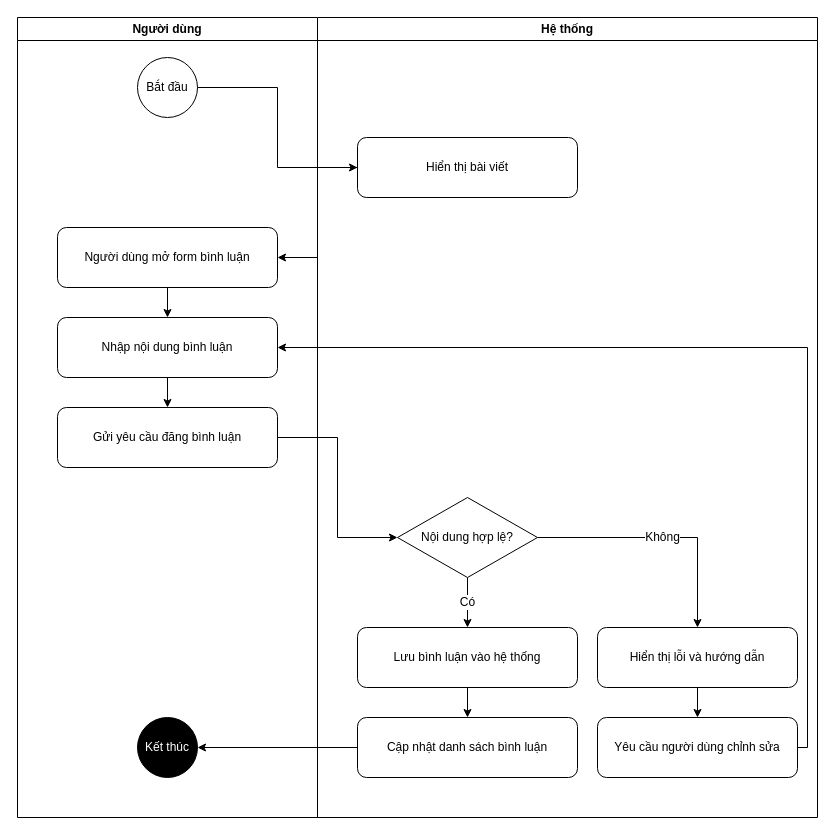
thienne1602/VieGo_Blog keeps this draw.io diagram as page "Hoạt động Bình luận Bài viết" (5 of 5) of draw/VieGo_Activity_Diagrams.drawio. Above is the earlier version. Source tidied: cells renumbered, new cells numbered last; positions are measured from the earlier drawing's top-left corner, leaving out a move shared by most shapes. Both pictures are drawn from the tidied source at 100%, with x=0, y=0 at pixel (17, 17).
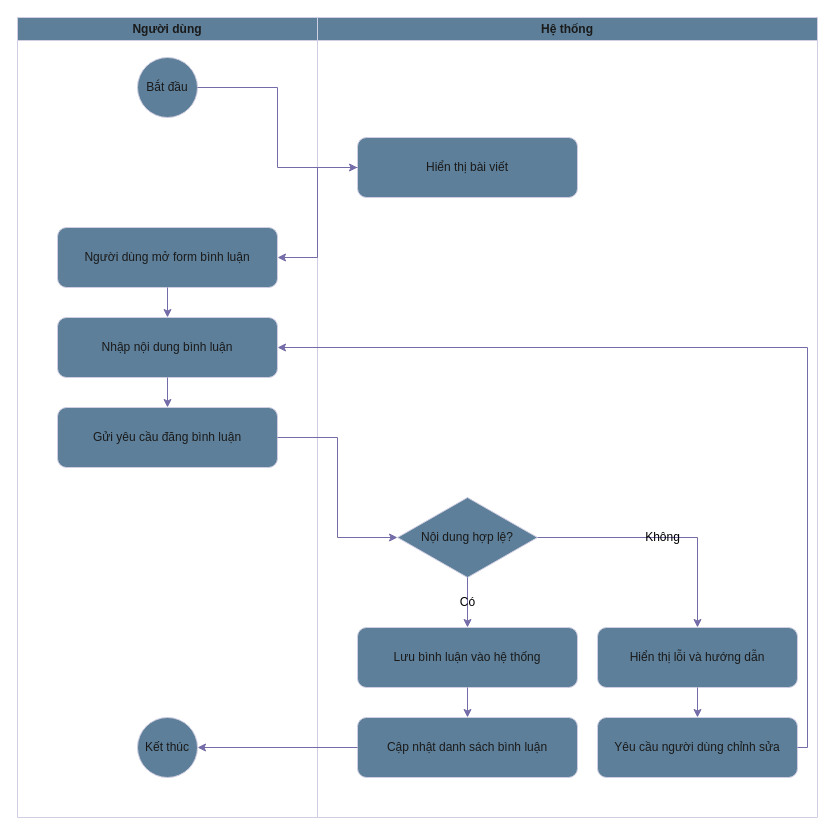
The same page after the edit.

Change to the diagram source:
```diff
@@
-<mxGraphModel>
+<mxGraphModel background="#ffffff">
@@
-    <mxCell id="2" value="Người dùng" style="swimlane;whiteSpace=wrap;html=1;" parent="1" vertex="1">
+    <mxCell id="2" value="Người dùng" style="swimlane;whiteSpace=wrap;html=1;labelBackgroundColor=none;fillColor=#5D7F99;strokeColor=#D0CEE2;fontColor=#1A1A1A;" parent="1" vertex="1">
       <mxGeometry width="300" height="800" as="geometry" />
     </mxCell>
-    <mxCell id="3" value="Bắt đầu" style="ellipse;whiteSpace=wrap;html=1;" parent="2" vertex="1">
+    <mxCell id="3" value="Bắt đầu" style="ellipse;whiteSpace=wrap;html=1;labelBackgroundColor=none;fillColor=#5D7F99;strokeColor=#D0CEE2;fontColor=#1A1A1A;" parent="2" vertex="1">
       <mxGeometry x="120" y="40" width="60" height="60" as="geometry" />
     </mxCell>
-    <mxCell id="4" value="Người dùng mở form bình luận" style="rounded=1;whiteSpace=wrap;html=1;" parent="2" vertex="1">
+    <mxCell id="4" value="Người dùng mở form bình luận" style="rounded=1;whiteSpace=wrap;html=1;labelBackgroundColor=none;fillColor=#5D7F99;strokeColor=#D0CEE2;fontColor=#1A1A1A;" parent="2" vertex="1">
       <mxGeometry x="40" y="210" width="220" height="60" as="geometry" />
     </mxCell>
-    <mxCell id="5" value="Nhập nội dung bình luận" style="rounded=1;whiteSpace=wrap;html=1;" parent="2" vertex="1">
+    <mxCell id="5" value="Nhập nội dung bình luận" style="rounded=1;whiteSpace=wrap;html=1;labelBackgroundColor=none;fillColor=#5D7F99;strokeColor=#D0CEE2;fontColor=#1A1A1A;" parent="2" vertex="1">
       <mxGeometry x="40" y="300" width="220" height="60" as="geometry" />
     </mxCell>
-    <mxCell id="6" value="Gửi yêu cầu đăng bình luận" style="rounded=1;whiteSpace=wrap;html=1;" parent="2" vertex="1">
+    <mxCell id="6" value="Gửi yêu cầu đăng bình luận" style="rounded=1;whiteSpace=wrap;html=1;labelBackgroundColor=none;fillColor=#5D7F99;strokeColor=#D0CEE2;fontColor=#1A1A1A;" parent="2" vertex="1">
       <mxGeometry x="40" y="390" width="220" height="60" as="geometry" />
     </mxCell>
-    <mxCell id="7" value="Kết thúc" style="ellipse;whiteSpace=wrap;html=1;fillColor=#000000;fontColor=#ffffff;" parent="2" vertex="1">
+    <mxCell id="7" value="Kết thúc" style="ellipse;whiteSpace=wrap;html=1;fillColor=#5D7F99;fontColor=#1A1A1A;labelBackgroundColor=none;strokeColor=#D0CEE2;" parent="2" vertex="1">
       <mxGeometry x="120" y="700" width="60" height="60" as="geometry" />
     </mxCell>
-    <mxCell id="8" value="Hệ thống" style="swimlane;whiteSpace=wrap;html=1;" parent="1" vertex="1">
+    <mxCell id="8" value="Hệ thống" style="swimlane;whiteSpace=wrap;html=1;labelBackgroundColor=none;fillColor=#5D7F99;strokeColor=#D0CEE2;fontColor=#1A1A1A;" parent="1" vertex="1">
       <mxGeometry x="300" width="500" height="800" as="geometry" />
     </mxCell>
-    <mxCell id="9" value="Hiển thị bài viết" style="rounded=1;whiteSpace=wrap;html=1;" parent="8" vertex="1">
+    <mxCell id="9" value="Hiển thị bài viết" style="rounded=1;whiteSpace=wrap;html=1;labelBackgroundColor=none;fillColor=#5D7F99;strokeColor=#D0CEE2;fontColor=#1A1A1A;" parent="8" vertex="1">
       <mxGeometry x="40" y="120" width="220" height="60" as="geometry" />
     </mxCell>
-    <mxCell id="10" value="Nội dung hợp lệ?" style="rhombus;whiteSpace=wrap;html=1;" parent="8" vertex="1">
+    <mxCell id="10" value="Nội dung hợp lệ?" style="rhombus;whiteSpace=wrap;html=1;labelBackgroundColor=none;fillColor=#5D7F99;strokeColor=#D0CEE2;fontColor=#1A1A1A;" parent="8" vertex="1">
       <mxGeometry x="80" y="480" width="140" height="80" as="geometry" />
     </mxCell>
-    <mxCell id="11" value="Lưu bình luận vào hệ thống" style="rounded=1;whiteSpace=wrap;html=1;" parent="8" vertex="1">
+    <mxCell id="11" value="Lưu bình luận vào hệ thống" style="rounded=1;whiteSpace=wrap;html=1;labelBackgroundColor=none;fillColor=#5D7F99;strokeColor=#D0CEE2;fontColor=#1A1A1A;" parent="8" vertex="1">
       <mxGeometry x="40" y="610" width="220" height="60" as="geometry" />
     </mxCell>
-    <mxCell id="12" value="Cập nhật danh sách bình luận" style="rounded=1;whiteSpace=wrap;html=1;" parent="8" vertex="1">
+    <mxCell id="12" value="Cập nhật danh sách bình luận" style="rounded=1;whiteSpace=wrap;html=1;labelBackgroundColor=none;fillColor=#5D7F99;strokeColor=#D0CEE2;fontColor=#1A1A1A;" parent="8" vertex="1">
       <mxGeometry x="40" y="700" width="220" height="60" as="geometry" />
     </mxCell>
-    <mxCell id="13" value="Hiển thị lỗi và hướng dẫn" style="rounded=1;whiteSpace=wrap;html=1;" parent="8" vertex="1">
+    <mxCell id="13" value="Hiển thị lỗi và hướng dẫn" style="rounded=1;whiteSpace=wrap;html=1;labelBackgroundColor=none;fillColor=#5D7F99;strokeColor=#D0CEE2;fontColor=#1A1A1A;" parent="8" vertex="1">
       <mxGeometry x="280" y="610" width="200" height="60" as="geometry" />
     </mxCell>
-    <mxCell id="14" value="Yêu cầu người dùng chỉnh sửa" style="rounded=1;whiteSpace=wrap;html=1;" parent="8" vertex="1">
+    <mxCell id="14" value="Yêu cầu người dùng chỉnh sửa" style="rounded=1;whiteSpace=wrap;html=1;labelBackgroundColor=none;fillColor=#5D7F99;strokeColor=#D0CEE2;fontColor=#1A1A1A;" parent="8" vertex="1">
       <mxGeometry x="280" y="700" width="200" height="60" as="geometry" />
     </mxCell>
-    <mxCell id="15" style="edgeStyle=orthogonalEdgeStyle;rounded=0;jettySize=auto;html=1;entryX=0;entryY=0.5;entryDx=0;entryDy=0;" parent="1" edge="1" source="3" target="9">
+    <mxCell id="15" style="edgeStyle=orthogonalEdgeStyle;rounded=0;jettySize=auto;html=1;entryX=0;entryY=0.5;entryDx=0;entryDy=0;labelBackgroundColor=none;strokeColor=#736CA8;fontColor=default;" parent="1" edge="1" source="3" target="9">
       <mxGeometry relative="1" as="geometry" />
     </mxCell>
-    <mxCell id="16" style="edgeStyle=orthogonalEdgeStyle;rounded=0;jettySize=auto;html=1;entryX=1;entryY=0.5;entryDx=0;entryDy=0;" parent="1" edge="1" source="9" target="4">
+    <mxCell id="16" style="edgeStyle=orthogonalEdgeStyle;rounded=0;jettySize=auto;html=1;entryX=1;entryY=0.5;entryDx=0;entryDy=0;labelBackgroundColor=none;strokeColor=#736CA8;fontColor=default;" parent="1" edge="1" source="9" target="4">
       <mxGeometry relative="1" as="geometry" />
     </mxCell>
-    <mxCell id="17" style="edgeStyle=orthogonalEdgeStyle;rounded=0;jettySize=auto;html=1;" parent="1" edge="1" source="4" target="5">
+    <mxCell id="17" style="edgeStyle=orthogonalEdgeStyle;rounded=0;jettySize=auto;html=1;labelBackgroundColor=none;strokeColor=#736CA8;fontColor=default;" parent="1" edge="1" source="4" target="5">
       <mxGeometry relative="1" as="geometry" />
     </mxCell>
-    <mxCell id="18" style="edgeStyle=orthogonalEdgeStyle;rounded=0;jettySize=auto;html=1;" parent="1" edge="1" source="5" target="6">
+    <mxCell id="18" style="edgeStyle=orthogonalEdgeStyle;rounded=0;jettySize=auto;html=1;labelBackgroundColor=none;strokeColor=#736CA8;fontColor=default;" parent="1" edge="1" source="5" target="6">
       <mxGeometry relative="1" as="geometry" />
     </mxCell>
-    <mxCell id="19" style="edgeStyle=orthogonalEdgeStyle;rounded=0;jettySize=auto;html=1;entryX=0;entryY=0.5;entryDx=0;entryDy=0;" parent="1" edge="1" source="6" target="10">
+    <mxCell id="19" style="edgeStyle=orthogonalEdgeStyle;rounded=0;jettySize=auto;html=1;entryX=0;entryY=0.5;entryDx=0;entryDy=0;labelBackgroundColor=none;strokeColor=#736CA8;fontColor=default;" parent="1" edge="1" source="6" target="10">
       <mxGeometry relative="1" as="geometry" />
     </mxCell>
-    <mxCell id="20" value="Có" style="edgeStyle=orthogonalEdgeStyle;rounded=0;jettySize=auto;html=1;fontSize=12;" parent="1" edge="1" source="10" target="11">
+    <mxCell id="20" value="Có" style="edgeStyle=orthogonalEdgeStyle;rounded=0;jettySize=auto;html=1;fontSize=12;labelBackgroundColor=none;strokeColor=#736CA8;fontColor=default;" parent="1" edge="1" source="10" target="11">
       <mxGeometry relative="1" as="geometry" />
     </mxCell>
-    <mxCell id="21" style="edgeStyle=orthogonalEdgeStyle;rounded=0;jettySize=auto;html=1;" parent="1" edge="1" source="11" target="12">
+    <mxCell id="21" style="edgeStyle=orthogonalEdgeStyle;rounded=0;jettySize=auto;html=1;labelBackgroundColor=none;strokeColor=#736CA8;fontColor=default;" parent="1" edge="1" source="11" target="12">
       <mxGeometry relative="1" as="geometry" />
     </mxCell>
-    <mxCell id="22" style="edgeStyle=orthogonalEdgeStyle;rounded=0;jettySize=auto;html=1;entryX=1;entryY=0.5;entryDx=0;entryDy=0;" parent="1" edge="1" source="12" target="7">
+    <mxCell id="22" style="edgeStyle=orthogonalEdgeStyle;rounded=0;jettySize=auto;html=1;entryX=1;entryY=0.5;entryDx=0;entryDy=0;labelBackgroundColor=none;strokeColor=#736CA8;fontColor=default;" parent="1" edge="1" source="12" target="7">
       <mxGeometry relative="1" as="geometry" />
     </mxCell>
-    <mxCell id="23" value="Không" style="edgeStyle=orthogonalEdgeStyle;rounded=0;jettySize=auto;html=1;fontSize=12;" parent="1" edge="1" source="10" target="13">
+    <mxCell id="23" value="Không" style="edgeStyle=orthogonalEdgeStyle;rounded=0;jettySize=auto;html=1;fontSize=12;labelBackgroundColor=none;strokeColor=#736CA8;fontColor=default;" parent="1" edge="1" source="10" target="13">
       <mxGeometry relative="1" as="geometry" />
     </mxCell>
-    <mxCell id="24" style="edgeStyle=orthogonalEdgeStyle;rounded=0;jettySize=auto;html=1;" parent="1" edge="1" source="13" target="14">
+    <mxCell id="24" style="edgeStyle=orthogonalEdgeStyle;rounded=0;jettySize=auto;html=1;labelBackgroundColor=none;strokeColor=#736CA8;fontColor=default;" parent="1" edge="1" source="13" target="14">
       <mxGeometry relative="1" as="geometry" />
     </mxCell>
-    <mxCell id="25" style="edgeStyle=orthogonalEdgeStyle;rounded=0;jettySize=auto;html=1;entryX=1;entryY=0.5;entryDx=0;entryDy=0;" parent="1" edge="1" source="14" target="5">
+    <mxCell id="25" style="edgeStyle=orthogonalEdgeStyle;rounded=0;jettySize=auto;html=1;entryX=1;entryY=0.5;entryDx=0;entryDy=0;labelBackgroundColor=none;strokeColor=#736CA8;fontColor=default;" parent="1" edge="1" source="14" target="5">
       <mxGeometry relative="1" as="geometry">
         <Array as="points">
           <mxPoint x="790" y="730" />
           <mxPoint x="790" y="330" />
         </Array>
       </mxGeometry>
     </mxCell>
```
